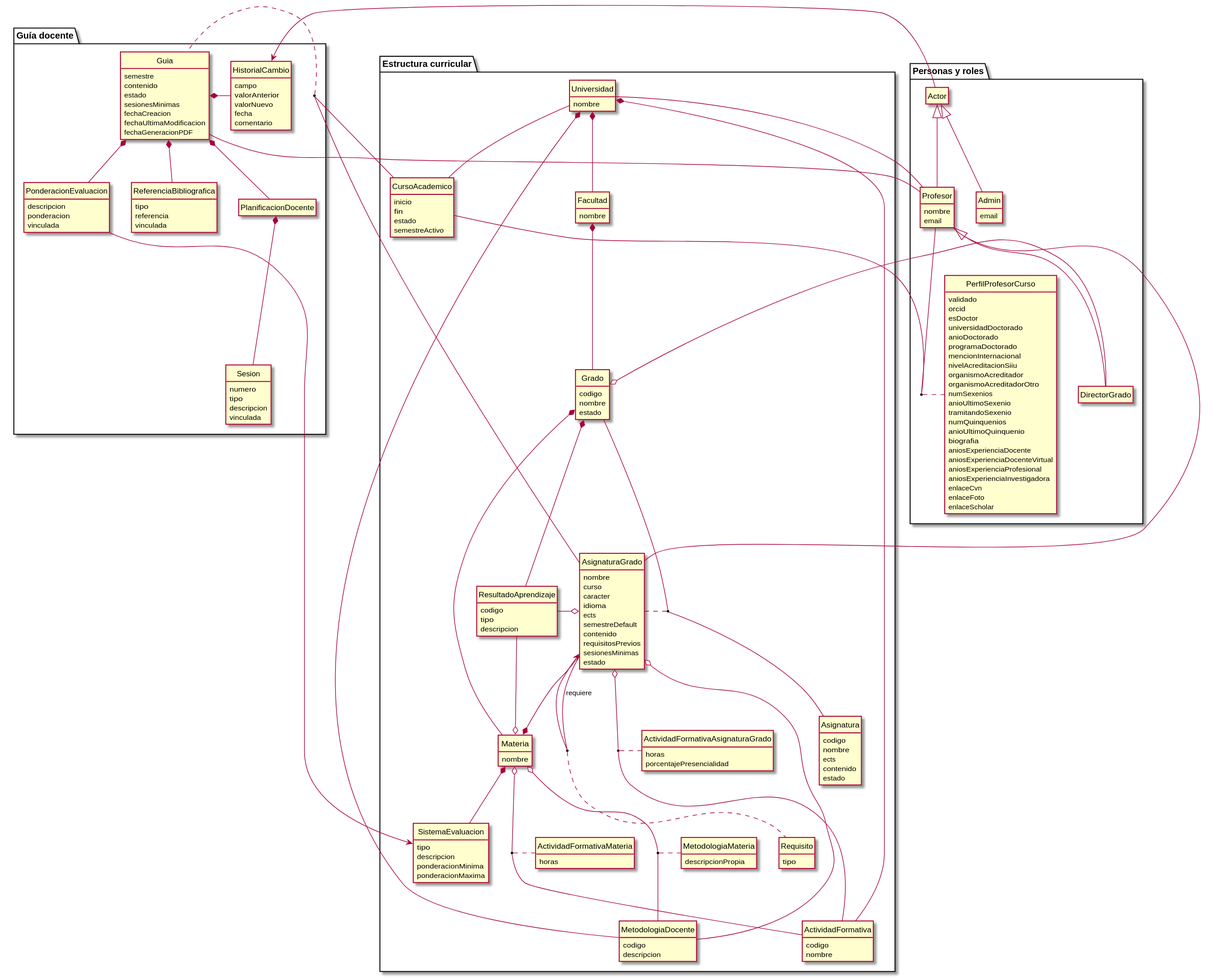
mmasias/pyCeldaPublico keeps this PlantUML diagram as images/RUP/00-modelo-del-dominio/modeloDominio.svg. Above is the earlier version.
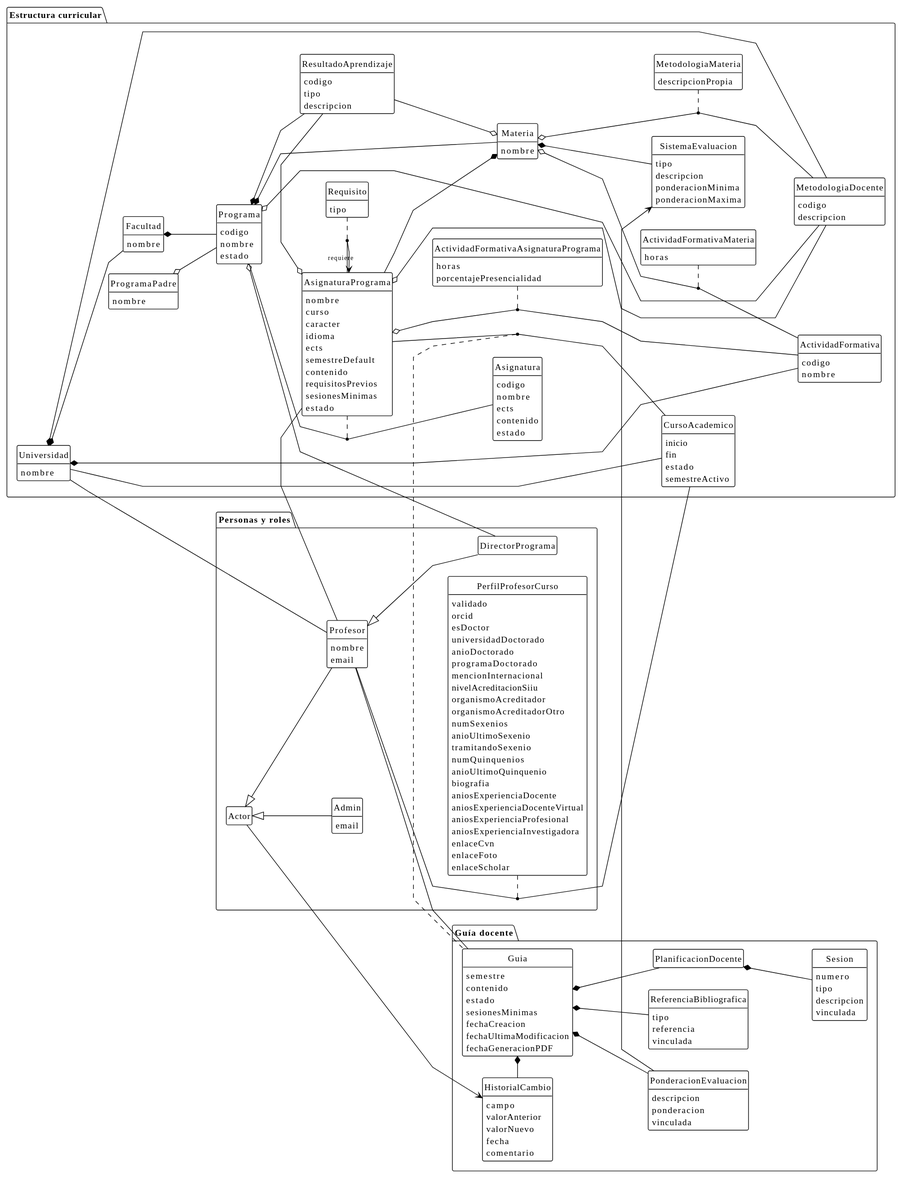
The same file after the commit.

Diff of the diagram source:
```diff
@@ -1,7 +1,9 @@
-@startuml modeloDominio
-
+@startuml
+!theme plain
 hide empty members
 hide circle
+skinparam linetype polyline
+left to right direction
 
 package "Estructura curricular" {
   class Universidad {
@@ -10,7 +12,10 @@
   class Facultad {
     nombre
   }
-  class Grado {
+  class ProgramaPadre {
+    nombre
+  }
+  class Programa {
     codigo
     nombre
     estado
@@ -38,7 +43,7 @@
   class ActividadFormativaMateria {
     horas
   }
-  class ActividadFormativaAsignaturaGrado {
+  class ActividadFormativaAsignaturaPrograma {
     horas
     porcentajePresencialidad
   }
@@ -49,7 +54,7 @@
     contenido
     estado
   }
-  class AsignaturaGrado {
+  class AsignaturaPrograma {
     nombre
     curso
     caracter
@@ -61,13 +66,11 @@
     sesionesMinimas
     estado
   }
-
   class ResultadoAprendizaje {
     codigo
     tipo
     descripcion
   }
-
   class Requisito {
     tipo
   }
@@ -77,10 +80,12 @@
     estado
     semestreActivo
   }
-  Universidad *-d- Facultad
-  Facultad *-d- Grado
-  Grado *-- Materia
-  Materia *-- AsignaturaGrado
+  Universidad *-- Facultad
+  Facultad *-- Programa
+  ProgramaPadre o-- Programa
+  Programa *-- Materia
+  Programa o-- MetodologiaDocente
+  Materia *-- AsignaturaPrograma
   Materia *-- SistemaEvaluacion
   Materia o-- MetodologiaDocente
   (Materia, MetodologiaDocente) .. MetodologiaMateria
@@ -88,16 +93,15 @@
   Universidad *-- ActividadFormativa
   Materia o-- ActividadFormativa
   (Materia, ActividadFormativa) .. ActividadFormativaMateria
-  AsignaturaGrado o-- ActividadFormativa
-  (AsignaturaGrado, ActividadFormativa) .. ActividadFormativaAsignaturaGrado
-  (Grado, Asignatura) .. AsignaturaGrado
-  Grado *-d- ResultadoAprendizaje
+  AsignaturaPrograma o-- ActividadFormativa
+  (AsignaturaPrograma, ActividadFormativa) .. ActividadFormativaAsignaturaPrograma
+  (Programa, Asignatura) .. AsignaturaPrograma
+  Programa *-d- ResultadoAprendizaje
   Materia o-u- ResultadoAprendizaje
-  AsignaturaGrado o- ResultadoAprendizaje
-  AsignaturaGrado o-r- MetodologiaDocente
-  AsignaturaGrado --> AsignaturaGrado : <sub>requiere</sub>
-  AsignaturaGrado -[hidden]r- Requisito
-  (AsignaturaGrado, AsignaturaGrado) .. Requisito
+  AsignaturaPrograma o- ResultadoAprendizaje
+  AsignaturaPrograma o-r- MetodologiaDocente
+  AsignaturaPrograma -> AsignaturaPrograma : <sub>requiere</sub>
+  (AsignaturaPrograma, AsignaturaPrograma) .. Requisito
   Universidad -- CursoAcademico
 }
 
@@ -125,7 +129,7 @@
     vinculada
   }
 
-  (AsignaturaGrado, CursoAcademico) .. Guia
+  (AsignaturaPrograma, CursoAcademico) .. Guia
   Guia *- HistorialCambio
   Guia *-d- PonderacionEvaluacion
   PonderacionEvaluacion -> SistemaEvaluacion
@@ -159,7 +163,7 @@
   class Admin {
     email
   }
-  class DirectorGrado
+  class DirectorPrograma
   class PerfilProfesorCurso {
     validado
     orcid
@@ -188,14 +192,13 @@
 
   Profesor -u-|> Actor
   Admin -u-|> Actor
-  DirectorGrado -u-|> Profesor
+  DirectorPrograma -u-|> Profesor
   Actor -> HistorialCambio
   Universidad -- Profesor
-  AsignaturaGrado - Profesor
-  Grado o- DirectorGrado
+  AsignaturaPrograma - Profesor
+  Programa o- DirectorPrograma
   (Profesor, CursoAcademico) .. PerfilProfesorCurso
 }
 
 Guia -- Profesor
-
 @enduml
```
